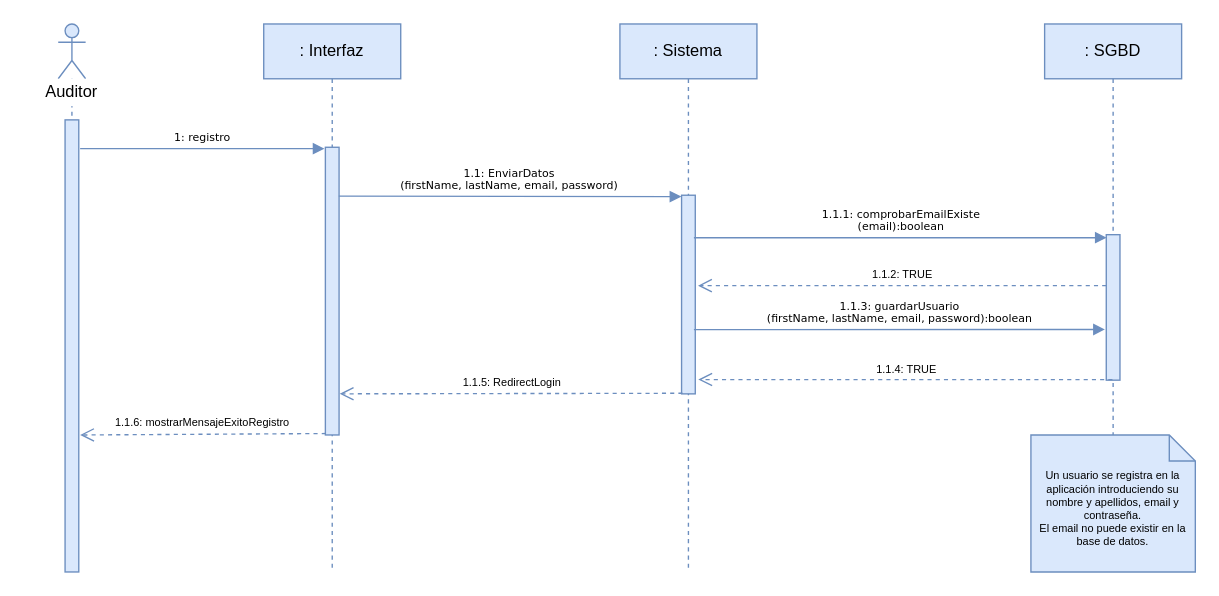
Earlier version of the draw.io diagram page "Registro" (4 of 6) of sequenceDiagram.drawio (Carrivax/diagrams). Source tidied: cells renumbered, new cells numbered last; positions are measured from the earlier drawing's top-left corner, leaving out a move shared by most shapes. Both pictures are drawn from the tidied source at 137%, with x=0, y=0 at pixel (23, 23).
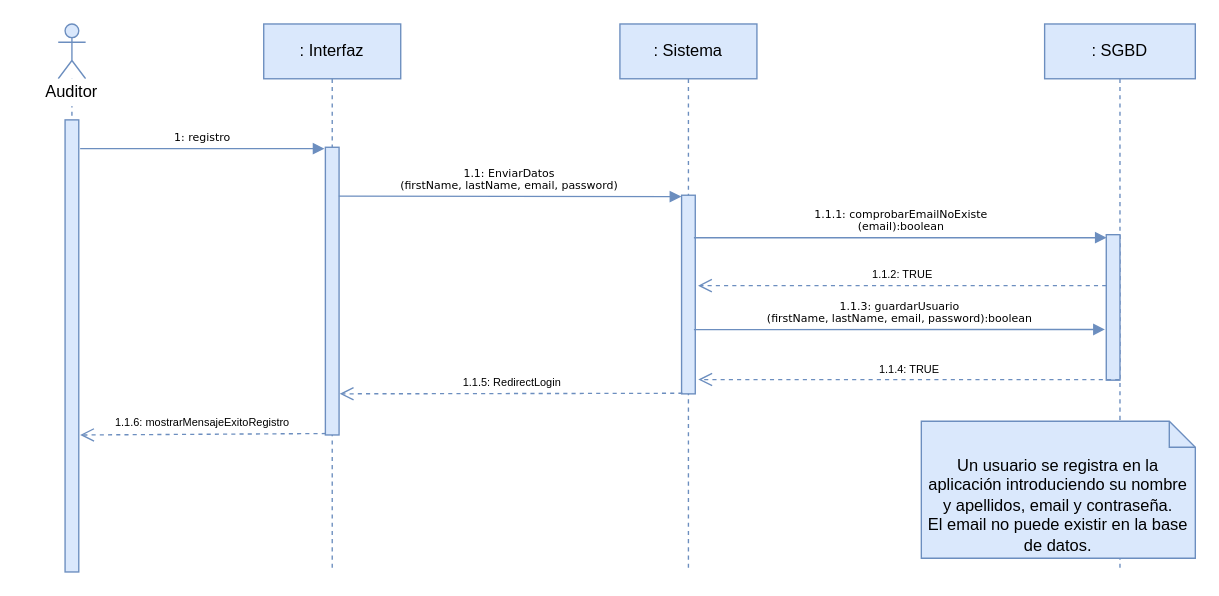
Above is the later version.

Unchanged cells that the change refers to:
```xml
<mxCell id="10" style="html=1;points=[];perimeter=orthogonalPerimeter;fillColor=#dae8fc;strokeColor=#6c8ebf;" parent="9" vertex="1">
  <mxGeometry x="45" y="153.8" width="10" height="106.2" as="geometry" />
</mxCell>
```

Change to the diagram source:
```diff
@@
     <mxCell id="9" value=": SGBD" style="shape=umlLifeline;perimeter=lifelinePerimeter;whiteSpace=wrap;html=1;outlineConnect=0;fillColor=#dae8fc;strokeColor=#6c8ebf;" parent="1" vertex="1">
-      <mxGeometry x="745" width="100" height="400" as="geometry" />
+      <mxGeometry x="745" width="110" height="400" as="geometry" />
     </mxCell>
@@
+    <mxCell id="18" value="&lt;div&gt;&lt;font style=&quot;font-size: 12px&quot;&gt;Un usuario se registra en la aplicación introduciendo su nombre y apellidos, email y contraseña.&lt;/font&gt;&lt;/div&gt;&lt;div&gt;&lt;font style=&quot;font-size: 12px&quot;&gt;El email no puede existir en la base de datos.&lt;br&gt;&lt;/font&gt;&lt;/div&gt;" style="shape=note2;boundedLbl=1;whiteSpace=wrap;html=1;size=19;verticalAlign=top;align=center;fontSize=8;fillColor=#dae8fc;strokeColor=#6c8ebf;" parent="9" vertex="1">
+      <mxGeometry x="-90" y="290" width="200" height="100" as="geometry" />
+    </mxCell>
@@
-    <mxCell id="14" value="&lt;div style=&quot;font-size: 8px&quot;&gt;&lt;font style=&quot;font-size: 8px&quot;&gt;1.1.1: comprobarEmailExiste&lt;/font&gt;&lt;/div&gt;&lt;div style=&quot;font-size: 8px&quot;&gt;&lt;font style=&quot;font-size: 8px&quot;&gt;(email):boolean&lt;br style=&quot;font-size: 8px&quot;&gt;&lt;/font&gt;&lt;/div&gt;" style="html=1;verticalAlign=bottom;endArrow=block;labelBackgroundColor=none;fontFamily=Verdana;fontSize=8;edgeStyle=elbowEdgeStyle;elbow=vertical;fillColor=#dae8fc;strokeColor=#6c8ebf;entryX=0.033;entryY=0.018;entryDx=0;entryDy=0;entryPerimeter=0;" parent="1" edge="1" target="10">
+    <mxCell id="14" value="&lt;div style=&quot;font-size: 8px&quot;&gt;&lt;font style=&quot;font-size: 8px&quot;&gt;1.1.1: comprobarEmailNoExiste&lt;/font&gt;&lt;/div&gt;&lt;div style=&quot;font-size: 8px&quot;&gt;&lt;font style=&quot;font-size: 8px&quot;&gt;(email):boolean&lt;br style=&quot;font-size: 8px&quot;&gt;&lt;/font&gt;&lt;/div&gt;" style="html=1;verticalAlign=bottom;endArrow=block;labelBackgroundColor=none;fontFamily=Verdana;fontSize=8;edgeStyle=elbowEdgeStyle;elbow=vertical;fillColor=#dae8fc;strokeColor=#6c8ebf;entryX=0.033;entryY=0.018;entryDx=0;entryDy=0;entryPerimeter=0;" parent="1" edge="1" target="10">
       <mxGeometry relative="1" as="geometry">
         <mxPoint x="489" y="156" as="sourcePoint" />
         <Array as="points">
           <mxPoint x="645" y="156" />
         </Array>
       </mxGeometry>
     </mxCell>
@@
-    <mxCell id="18" value="&lt;div&gt;Un usuario se registra en la aplicación introduciendo su nombre y apellidos, email y contraseña.&lt;/div&gt;&lt;div&gt;El email no puede existir en la base de datos.&lt;br&gt;&lt;/div&gt;" style="shape=note2;boundedLbl=1;whiteSpace=wrap;html=1;size=19;verticalAlign=top;align=center;fontSize=8;fillColor=#dae8fc;strokeColor=#6c8ebf;" parent="1" vertex="1">
-      <mxGeometry x="735" y="300" width="120" height="100" as="geometry" />
-    </mxCell>
```
